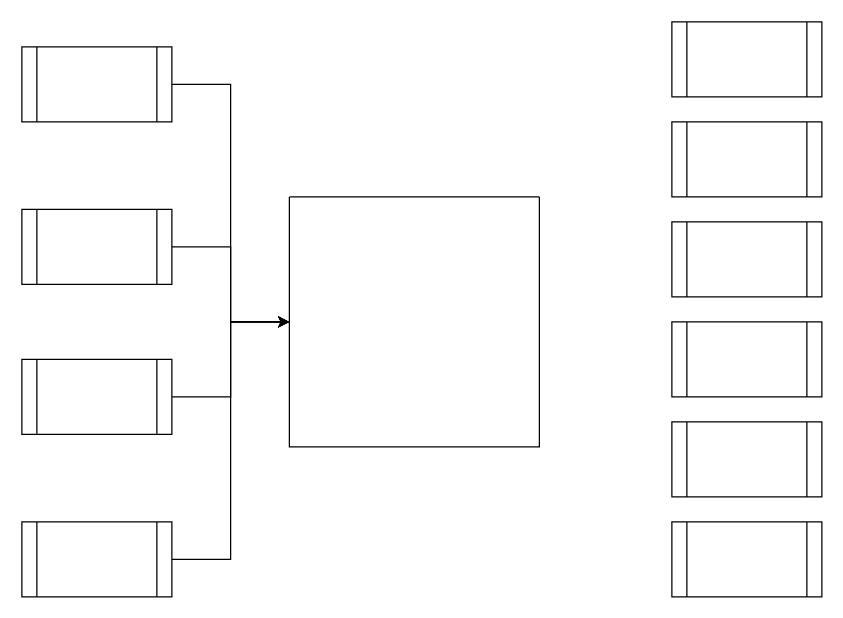
The draw.io diagram Untitled Diagram.drawio in swapnil-d-gawai/nyse_all, before the edit. Source tidied: cells renumbered, new cells numbered last; positions are measured from the earlier drawing's top-left corner, leaving out a move shared by most shapes. Both pictures are drawn from the tidied source at 125%, with x=0, y=0 at pixel (21, 21).
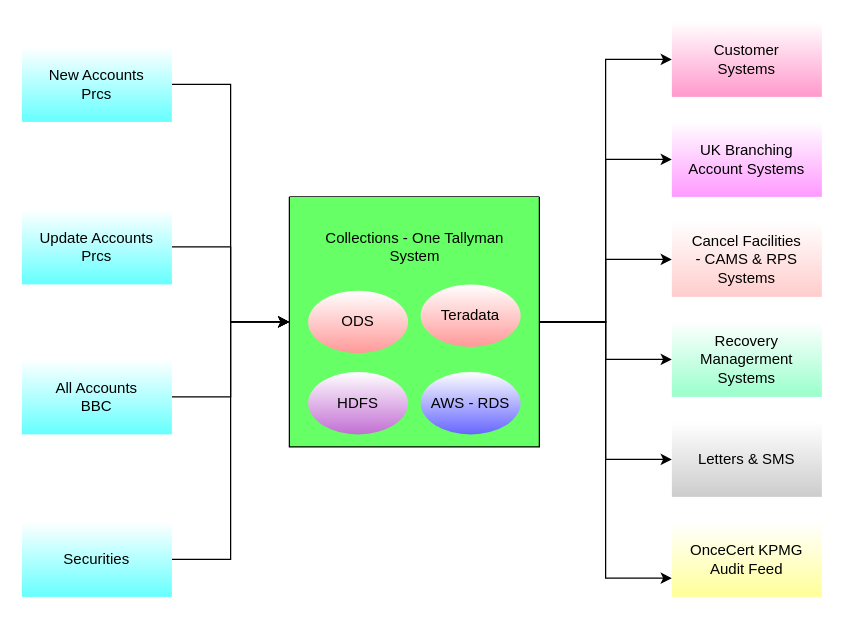
The same page after the edit.

Commit message:
coll-otm-arch-dig

Change to the diagram source:
```diff
@@
+    <mxCell id="17" style="edgeStyle=orthogonalEdgeStyle;rounded=0;jettySize=auto;html=1;entryX=0;entryY=0.5;entryDx=0;entryDy=0;" parent="1" edge="1" source="2" target="11">
+      <mxGeometry relative="1" as="geometry" />
+    </mxCell>
+    <mxCell id="18" style="edgeStyle=orthogonalEdgeStyle;rounded=0;jettySize=auto;html=1;" parent="1" edge="1" source="2" target="12">
+      <mxGeometry relative="1" as="geometry" />
+    </mxCell>
+    <mxCell id="19" style="edgeStyle=orthogonalEdgeStyle;rounded=0;jettySize=auto;html=1;entryX=0;entryY=0.5;entryDx=0;entryDy=0;" parent="1" edge="1" source="2" target="13">
+      <mxGeometry relative="1" as="geometry" />
+    </mxCell>
+    <mxCell id="20" style="edgeStyle=orthogonalEdgeStyle;rounded=0;jettySize=auto;html=1;entryX=0;entryY=0.5;entryDx=0;entryDy=0;" parent="1" edge="1" source="2" target="14">
+      <mxGeometry relative="1" as="geometry" />
+    </mxCell>
+    <mxCell id="21" style="edgeStyle=orthogonalEdgeStyle;rounded=0;jettySize=auto;html=1;entryX=0;entryY=0.5;entryDx=0;entryDy=0;" parent="1" edge="1" source="2" target="15">
+      <mxGeometry relative="1" as="geometry" />
+    </mxCell>
+    <mxCell id="22" style="edgeStyle=orthogonalEdgeStyle;rounded=0;jettySize=auto;html=1;entryX=0;entryY=0.75;entryDx=0;entryDy=0;" parent="1" edge="1" source="2" target="16">
+      <mxGeometry relative="1" as="geometry" />
+    </mxCell>
-    <mxCell id="2" style="swimlane;startSize=0;" parent="1" vertex="1">
+    <mxCell id="2" style="swimlane;startSize=0;fillColor=#99FFFF;strokeColor=default;labelBackgroundColor=default;labelBorderColor=default;gradientColor=default;swimlaneFillColor=#66FF66;" parent="1" vertex="1">
       <mxGeometry x="214" y="140" width="200" height="200" as="geometry" />
     </mxCell>
+    <mxCell id="23" value="Collections - One Tallyman &lt;br&gt;System" style="text;html=1;align=center;verticalAlign=middle;strokeColor=none;fillColor=none;" parent="2" vertex="1">
+      <mxGeometry x="15" y="20" width="170" height="40" as="geometry" />
+    </mxCell>
+    <mxCell id="24" value="ODS" style="ellipse;whiteSpace=wrap;html=1;gradientColor=#FF9999;strokeColor=none;" parent="2" vertex="1">
+      <mxGeometry x="15" y="75" width="80" height="50" as="geometry" />
+    </mxCell>
+    <mxCell id="25" value="Teradata" style="ellipse;whiteSpace=wrap;html=1;gradientColor=#FF9999;strokeColor=none;" parent="2" vertex="1">
+      <mxGeometry x="105" y="70" width="80" height="50" as="geometry" />
+    </mxCell>
+    <mxCell id="26" value="HDFS" style="ellipse;whiteSpace=wrap;html=1;gradientColor=#c26fd3;strokeColor=none;" parent="2" vertex="1">
+      <mxGeometry x="15" y="140" width="80" height="50" as="geometry" />
+    </mxCell>
+    <mxCell id="27" value="AWS - RDS" style="ellipse;whiteSpace=wrap;html=1;gradientColor=#6666FF;strokeColor=none;" parent="2" vertex="1">
+      <mxGeometry x="105" y="140" width="80" height="50" as="geometry" />
+    </mxCell>
@@
-    <mxCell id="4" style="shape=process;whiteSpace=wrap;html=1;backgroundOutline=1;" parent="1" vertex="1">
+    <mxCell id="4" value="New Accounts Prcs" style="shape=process;whiteSpace=wrap;html=1;backgroundOutline=1;gradientColor=#66FFFF;strokeColor=none;rounded=0;" parent="1" vertex="1">
       <mxGeometry y="20" width="120" height="60" as="geometry" />
     </mxCell>
@@
-    <mxCell id="6" style="shape=process;whiteSpace=wrap;html=1;backgroundOutline=1;" parent="1" vertex="1">
+    <mxCell id="6" value="Update Accounts Prcs" style="shape=process;whiteSpace=wrap;html=1;backgroundOutline=1;gradientColor=#66FFFF;strokeColor=none;" parent="1" vertex="1">
       <mxGeometry y="150" width="120" height="60" as="geometry" />
     </mxCell>
@@
-    <mxCell id="8" style="shape=process;whiteSpace=wrap;html=1;backgroundOutline=1;" parent="1" vertex="1">
+    <mxCell id="8" value="All Accounts &lt;br&gt;BBC" style="shape=process;whiteSpace=wrap;html=1;backgroundOutline=1;gradientColor=#66FFFF;strokeColor=none;" parent="1" vertex="1">
       <mxGeometry y="270" width="120" height="60" as="geometry" />
     </mxCell>
@@
-    <mxCell id="10" style="shape=process;whiteSpace=wrap;html=1;backgroundOutline=1;" parent="1" vertex="1">
+    <mxCell id="10" value="Securities" style="shape=process;whiteSpace=wrap;html=1;backgroundOutline=1;gradientColor=#66FFFF;strokeColor=none;" parent="1" vertex="1">
       <mxGeometry y="400" width="120" height="60" as="geometry" />
     </mxCell>
-    <mxCell id="11" style="shape=process;whiteSpace=wrap;html=1;backgroundOutline=1;" parent="1" vertex="1">
+    <mxCell id="11" value="Customer Systems" style="shape=process;whiteSpace=wrap;html=1;backgroundOutline=1;gradientColor=#FF99CC;strokeColor=none;" parent="1" vertex="1">
       <mxGeometry x="520" width="120" height="60" as="geometry" />
     </mxCell>
-    <mxCell id="12" style="shape=process;whiteSpace=wrap;html=1;backgroundOutline=1;" parent="1" vertex="1">
+    <mxCell id="12" value="UK Branching Account Systems" style="shape=process;whiteSpace=wrap;html=1;backgroundOutline=1;gradientColor=#FF99FF;strokeColor=none;" parent="1" vertex="1">
       <mxGeometry x="520" y="80" width="120" height="60" as="geometry" />
     </mxCell>
-    <mxCell id="13" style="shape=process;whiteSpace=wrap;html=1;backgroundOutline=1;" parent="1" vertex="1">
+    <mxCell id="13" value="Cancel Facilities - CAMS &amp;amp; RPS Systems" style="shape=process;whiteSpace=wrap;html=1;backgroundOutline=1;gradientColor=#FFCCCC;strokeColor=none;" parent="1" vertex="1">
       <mxGeometry x="520" y="160" width="120" height="60" as="geometry" />
     </mxCell>
-    <mxCell id="14" style="shape=process;whiteSpace=wrap;html=1;backgroundOutline=1;" parent="1" vertex="1">
+    <mxCell id="14" value="Recovery Managerment Systems" style="shape=process;whiteSpace=wrap;html=1;backgroundOutline=1;gradientColor=#99FFCC;strokeColor=none;" parent="1" vertex="1">
       <mxGeometry x="520" y="240" width="120" height="60" as="geometry" />
     </mxCell>
-    <mxCell id="15" style="shape=process;whiteSpace=wrap;html=1;backgroundOutline=1;" parent="1" vertex="1">
+    <mxCell id="15" value="Letters &amp;amp; SMS" style="shape=process;whiteSpace=wrap;html=1;backgroundOutline=1;gradientColor=#CCCCCC;strokeColor=none;" parent="1" vertex="1">
       <mxGeometry x="520" y="320" width="120" height="60" as="geometry" />
     </mxCell>
-    <mxCell id="16" style="shape=process;whiteSpace=wrap;html=1;backgroundOutline=1;" parent="1" vertex="1">
+    <mxCell id="16" value="OnceCert KPMG Audit Feed" style="shape=process;whiteSpace=wrap;html=1;backgroundOutline=1;gradientColor=#FFFF99;strokeColor=none;" parent="1" vertex="1">
       <mxGeometry x="520" y="400" width="120" height="60" as="geometry" />
     </mxCell>
```
